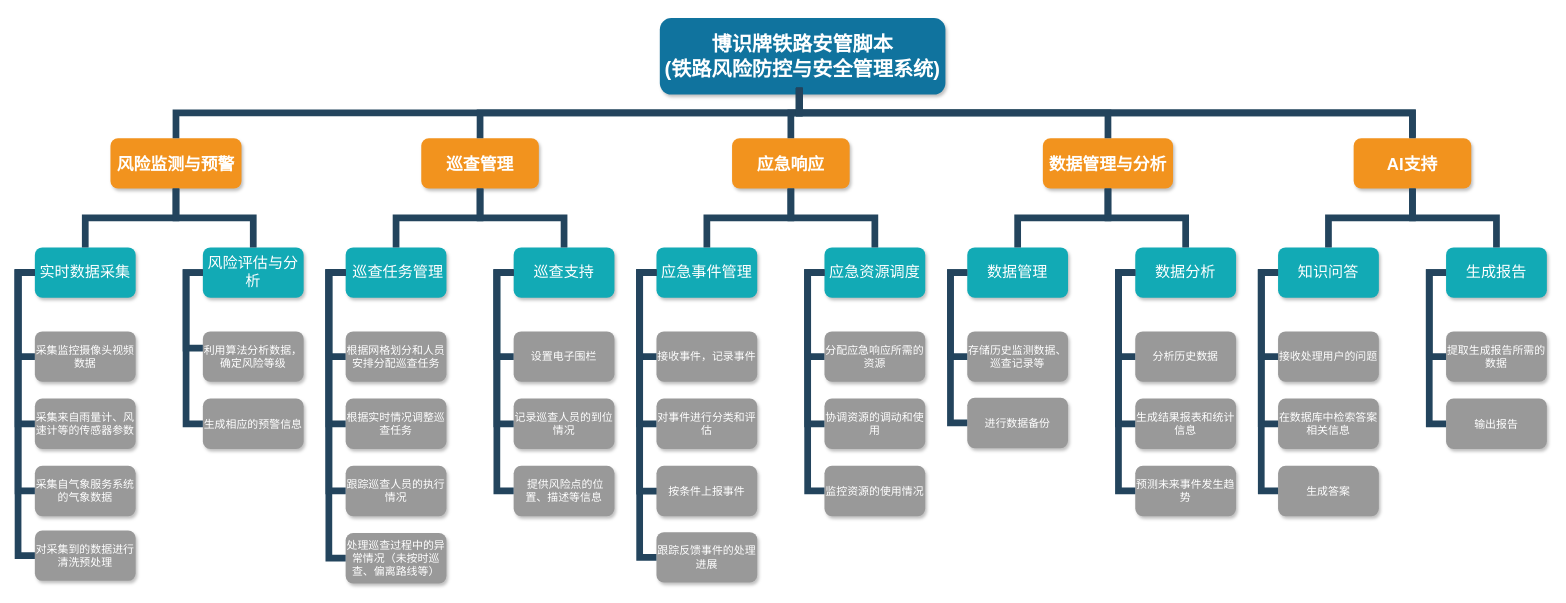
This is 分解图.drawio from Lxlorange/drawio, a draw.io file, before an edit. Source tidied: cells renumbered, new cells numbered last; positions are measured from the earlier drawing's top-left corner, leaving out a move shared by most shapes. Both pictures are drawn from the tidied source at 84%, with x=0, y=0 at pixel (18, 18).
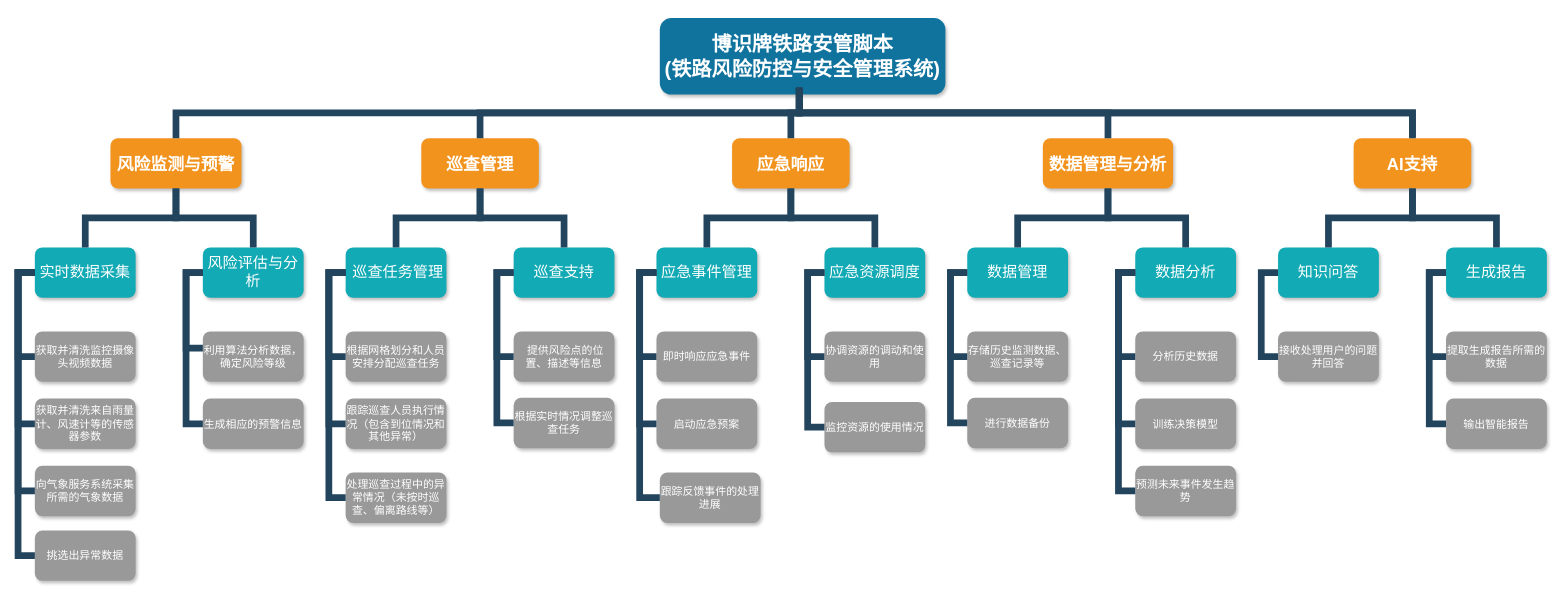
After the change.

Unchanged cells that the change refers to:
```xml
<mxCell id="16" value=" 巡查任务管理" style="whiteSpace=wrap;rounded=1;fillColor=#12AAB5;strokeColor=none;shadow=1;fontColor=#FFFFFF;fontSize=18;" parent="1" vertex="1">
  <mxGeometry x="390" y="273" width="120" height="60" as="geometry" />
</mxCell>
<mxCell id="17" value="巡查支持" style="whiteSpace=wrap;rounded=1;fillColor=#12AAB5;strokeColor=none;shadow=1;fontColor=#FFFFFF;fontSize=18;" parent="1" vertex="1">
  <mxGeometry x="590" y="273" width="120" height="60" as="geometry" />
</mxCell>
<mxCell id="41" value="应急事件管理" style="whiteSpace=wrap;rounded=1;fillColor=#12AAB5;strokeColor=none;shadow=1;fontColor=#FFFFFF;fontSize=18;" parent="1" vertex="1">
  <mxGeometry x="760" y="273" width="120" height="60" as="geometry" />
</mxCell>
<mxCell id="42" value="应急资源调度" style="whiteSpace=wrap;rounded=1;fillColor=#12AAB5;strokeColor=none;shadow=1;fontColor=#FFFFFF;fontSize=18;" parent="1" vertex="1">
  <mxGeometry x="960" y="273" width="120" height="60" as="geometry" />
</mxCell>
<mxCell id="67" value="知识问答" style="whiteSpace=wrap;rounded=1;fillColor=#12AAB5;strokeColor=none;shadow=1;fontColor=#FFFFFF;fontSize=18;" parent="1" vertex="1">
  <mxGeometry x="1500" y="273" width="120" height="60" as="geometry" />
</mxCell>
```

The edit, as a diff of the source:
```diff
@@
-    <mxCell id="10" value="采集监控摄像头视频数据" style="whiteSpace=wrap;rounded=1;fillColor=#999999;strokeColor=none;shadow=1;fontColor=#FFFFFF;fontStyle=0;fontSize=13;" parent="1" vertex="1">
+    <mxCell id="10" value="获取并清洗监控摄像头视频数据" style="whiteSpace=wrap;rounded=1;fillColor=#999999;strokeColor=none;shadow=1;fontColor=#FFFFFF;fontStyle=0;fontSize=13;" parent="1" vertex="1">
       <mxGeometry x="20" y="373" width="120" height="60" as="geometry" />
     </mxCell>
-    <mxCell id="11" value="采集来自雨量计、风速计等的传感器参数" style="whiteSpace=wrap;rounded=1;fillColor=#999999;strokeColor=none;shadow=1;fontColor=#FFFFFF;fontStyle=0;fontSize=13;" parent="1" vertex="1">
+    <mxCell id="11" value="获取并清洗来自雨量计、风速计等的传感器参数" style="whiteSpace=wrap;rounded=1;fillColor=#999999;strokeColor=none;shadow=1;fontColor=#FFFFFF;fontStyle=0;fontSize=13;" parent="1" vertex="1">
       <mxGeometry x="20" y="453" width="120" height="60" as="geometry" />
     </mxCell>
-    <mxCell id="12" value="采集自气象服务系统的气象数据" style="whiteSpace=wrap;rounded=1;fillColor=#999999;strokeColor=none;shadow=1;fontColor=#FFFFFF;fontStyle=0;fontSize=13;" parent="1" vertex="1">
+    <mxCell id="12" value="向气象服务系统采集所需的气象数据" style="whiteSpace=wrap;rounded=1;fillColor=#999999;strokeColor=none;shadow=1;fontColor=#FFFFFF;fontStyle=0;fontSize=13;" parent="1" vertex="1">
       <mxGeometry x="20" y="533" width="120" height="60" as="geometry" />
     </mxCell>
-    <mxCell id="13" value="对采集到的数据进行清洗预处理" style="whiteSpace=wrap;rounded=1;fillColor=#999999;strokeColor=none;shadow=1;fontColor=#FFFFFF;fontStyle=0;fontSize=13;" parent="1" vertex="1">
+    <mxCell id="13" value="挑选出异常数据" style="whiteSpace=wrap;rounded=1;fillColor=#999999;strokeColor=none;shadow=1;fontColor=#FFFFFF;fontStyle=0;fontSize=13;" parent="1" vertex="1">
       <mxGeometry x="20" y="610" width="120" height="60" as="geometry" />
     </mxCell>
@@
     <mxCell id="19" value="根据实时情况调整巡查任务" style="whiteSpace=wrap;rounded=1;fillColor=#999999;strokeColor=none;shadow=1;fontColor=#FFFFFF;fontStyle=0;fontSize=13;" parent="1" vertex="1">
-      <mxGeometry x="390" y="453" width="120" height="60" as="geometry" />
+      <mxGeometry x="590" y="452" width="120" height="60" as="geometry" />
     </mxCell>
-    <mxCell id="20" value="跟踪巡查人员的执行情况" style="whiteSpace=wrap;rounded=1;fillColor=#999999;strokeColor=none;shadow=1;fontColor=#FFFFFF;fontStyle=0;fontSize=13;" parent="1" vertex="1">
-      <mxGeometry x="390" y="533" width="120" height="60" as="geometry" />
+    <mxCell id="20" value="跟踪巡查人员执行情况（包含到位情况和其他异常）" style="whiteSpace=wrap;rounded=1;fillColor=#999999;strokeColor=none;shadow=1;fontColor=#FFFFFF;fontStyle=0;fontSize=13;" parent="1" vertex="1">
+      <mxGeometry x="390" y="453" width="120" height="60" as="geometry" />
     </mxCell>
     <mxCell id="21" value="处理巡查过程中的异常情况（未按时巡查、偏离路线等）" style="whiteSpace=wrap;rounded=1;fillColor=#999999;strokeColor=none;shadow=1;fontColor=#FFFFFF;fontStyle=0;fontSize=13;" parent="1" vertex="1">
-      <mxGeometry x="390" y="613" width="120" height="60" as="geometry" />
+      <mxGeometry x="390" y="541" width="120" height="60" as="geometry" />
     </mxCell>
-    <mxCell id="22" value="设置电子围栏" style="whiteSpace=wrap;rounded=1;fillColor=#999999;strokeColor=none;shadow=1;fontColor=#FFFFFF;fontStyle=0;fontSize=13;" parent="1" vertex="1">
-      <mxGeometry x="590" y="373" width="120" height="60" as="geometry" />
-    </mxCell>
-    <mxCell id="23" value="记录巡查人员的到位情况" style="whiteSpace=wrap;rounded=1;fillColor=#999999;strokeColor=none;shadow=1;fontColor=#FFFFFF;fontStyle=0;fontSize=13;" parent="1" vertex="1">
-      <mxGeometry x="590" y="453" width="120" height="60" as="geometry" />
-    </mxCell>
     <mxCell id="24" value=" 提供风险点的位置、描述等信息" style="whiteSpace=wrap;rounded=1;fillColor=#999999;strokeColor=none;shadow=1;fontColor=#FFFFFF;fontStyle=0;fontSize=13;" parent="1" vertex="1">
-      <mxGeometry x="590" y="533" width="120" height="60" as="geometry" />
+      <mxGeometry x="590" y="373" width="120" height="60" as="geometry" />
     </mxCell>
@@
-    <mxCell id="35" style="edgeStyle=elbowEdgeStyle;elbow=horizontal;rounded=0;fontColor=#000000;endArrow=none;endFill=0;strokeWidth=8;strokeColor=#23445D;fontSize=13;" parent="1" edge="1" source="16" target="19">
+    <mxCell id="35" style="edgeStyle=elbowEdgeStyle;elbow=horizontal;rounded=0;fontColor=#000000;endArrow=none;endFill=0;strokeWidth=8;strokeColor=#23445D;fontSize=13;exitX=0;exitY=0.5;exitDx=0;exitDy=0;" parent="1" edge="1" source="17" target="19">
       <mxGeometry relative="1" as="geometry">
         <Array as="points">
-          <mxPoint x="370" y="393" />
+          <mxPoint x="570" y="389" />
         </Array>
       </mxGeometry>
     </mxCell>
@@
-    <mxCell id="38" style="edgeStyle=elbowEdgeStyle;elbow=horizontal;rounded=0;fontColor=#000000;endArrow=none;endFill=0;strokeWidth=8;strokeColor=#23445D;fontSize=13;" parent="1" edge="1" source="17" target="22">
-      <mxGeometry relative="1" as="geometry">
-        <Array as="points">
-          <mxPoint x="570" y="353" />
-        </Array>
-      </mxGeometry>
-    </mxCell>
-    <mxCell id="39" style="edgeStyle=elbowEdgeStyle;elbow=horizontal;rounded=0;fontColor=#000000;endArrow=none;endFill=0;strokeWidth=8;strokeColor=#23445D;fontSize=13;" parent="1" edge="1" source="17" target="23">
-      <mxGeometry relative="1" as="geometry">
-        <Array as="points">
-          <mxPoint x="570" y="393" />
-        </Array>
-      </mxGeometry>
-    </mxCell>
@@
-    <mxCell id="43" value="接收事件，记录事件" style="whiteSpace=wrap;rounded=1;fillColor=#999999;strokeColor=none;shadow=1;fontColor=#FFFFFF;fontStyle=0;fontSize=13;" parent="1" vertex="1">
+    <mxCell id="43" value="即时响应应急事件" style="whiteSpace=wrap;rounded=1;fillColor=#999999;strokeColor=none;shadow=1;fontColor=#FFFFFF;fontStyle=0;fontSize=13;" parent="1" vertex="1">
       <mxGeometry x="760" y="373" width="120" height="60" as="geometry" />
     </mxCell>
-    <mxCell id="44" value="对事件进行分类和评估" style="whiteSpace=wrap;rounded=1;fillColor=#999999;strokeColor=none;shadow=1;fontColor=#FFFFFF;fontStyle=0;fontSize=13;" parent="1" vertex="1">
+    <mxCell id="44" value="启动应急预案" style="whiteSpace=wrap;rounded=1;fillColor=#999999;strokeColor=none;shadow=1;fontColor=#FFFFFF;fontStyle=0;fontSize=13;" parent="1" vertex="1">
       <mxGeometry x="760" y="453" width="120" height="60" as="geometry" />
     </mxCell>
     <mxCell id="45" value="跟踪反馈事件的处理进展" style="whiteSpace=wrap;rounded=1;fillColor=#999999;strokeColor=none;shadow=1;fontColor=#FFFFFF;fontStyle=0;fontSize=13;" parent="1" vertex="1">
-      <mxGeometry x="760" y="612" width="120" height="60" as="geometry" />
+      <mxGeometry x="764" y="541" width="120" height="60" as="geometry" />
     </mxCell>
-    <mxCell id="46" value="分配应急响应所需的资源" style="whiteSpace=wrap;rounded=1;fillColor=#999999;strokeColor=none;shadow=1;fontColor=#FFFFFF;fontStyle=0;fontSize=13;" parent="1" vertex="1">
+    <mxCell id="46" value="协调资源的调动和使用" style="whiteSpace=wrap;rounded=1;fillColor=#999999;strokeColor=none;shadow=1;fontColor=#FFFFFF;fontStyle=0;fontSize=13;" parent="1" vertex="1">
       <mxGeometry x="960" y="373" width="120" height="60" as="geometry" />
     </mxCell>
-    <mxCell id="47" value="协调资源的调动和使用" style="whiteSpace=wrap;rounded=1;fillColor=#999999;strokeColor=none;shadow=1;fontColor=#FFFFFF;fontStyle=0;fontSize=13;" parent="1" vertex="1">
-      <mxGeometry x="960" y="453" width="120" height="60" as="geometry" />
+    <mxCell id="47" value="监控资源的使用情况" style="whiteSpace=wrap;rounded=1;fillColor=#999999;strokeColor=none;shadow=1;fontColor=#FFFFFF;fontStyle=0;fontSize=13;" parent="1" vertex="1">
+      <mxGeometry x="960" y="457" width="120" height="60" as="geometry" />
     </mxCell>
-    <mxCell id="48" value="监控资源的使用情况" style="whiteSpace=wrap;rounded=1;fillColor=#999999;strokeColor=none;shadow=1;fontColor=#FFFFFF;fontStyle=0;fontSize=13;" parent="1" vertex="1">
-      <mxGeometry x="960" y="533" width="120" height="60" as="geometry" />
-    </mxCell>
@@
-    <mxCell id="54" style="edgeStyle=elbowEdgeStyle;elbow=horizontal;rounded=0;fontColor=#000000;endArrow=none;endFill=0;strokeWidth=8;strokeColor=#23445D;fontSize=13;" parent="1" edge="1" source="42" target="48">
-      <mxGeometry relative="1" as="geometry">
-        <Array as="points">
-          <mxPoint x="940" y="443" />
-        </Array>
-      </mxGeometry>
-    </mxCell>
@@
-    <mxCell id="60" value="生成结果报表和统计信息" style="whiteSpace=wrap;rounded=1;fillColor=#999999;strokeColor=none;shadow=1;fontColor=#FFFFFF;fontStyle=0;fontSize=13;" parent="1" vertex="1">
+    <mxCell id="60" value="训练决策模型" style="whiteSpace=wrap;rounded=1;fillColor=#999999;strokeColor=none;shadow=1;fontColor=#FFFFFF;fontStyle=0;fontSize=13;" parent="1" vertex="1">
       <mxGeometry x="1330" y="453" width="120" height="60" as="geometry" />
     </mxCell>
@@
-    <mxCell id="69" value="接收处理用户的问题" style="whiteSpace=wrap;rounded=1;fillColor=#999999;strokeColor=none;shadow=1;fontColor=#FFFFFF;fontStyle=0;fontSize=13;" parent="1" vertex="1">
+    <mxCell id="69" value="接收处理用户的问题并回答" style="whiteSpace=wrap;rounded=1;fillColor=#999999;strokeColor=none;shadow=1;fontColor=#FFFFFF;fontStyle=0;fontSize=13;" parent="1" vertex="1">
       <mxGeometry x="1500" y="373" width="120" height="60" as="geometry" />
     </mxCell>
-    <mxCell id="70" value="在数据库中检索答案相关信息" style="whiteSpace=wrap;rounded=1;fillColor=#999999;strokeColor=none;shadow=1;fontColor=#FFFFFF;fontStyle=0;fontSize=13;" parent="1" vertex="1">
-      <mxGeometry x="1500" y="453" width="120" height="60" as="geometry" />
-    </mxCell>
-    <mxCell id="71" value="生成答案" style="whiteSpace=wrap;rounded=1;fillColor=#999999;strokeColor=none;shadow=1;fontColor=#FFFFFF;fontStyle=0;fontSize=13;" parent="1" vertex="1">
-      <mxGeometry x="1500" y="533" width="120" height="60" as="geometry" />
-    </mxCell>
@@
-    <mxCell id="73" value="输出报告" style="whiteSpace=wrap;rounded=1;fillColor=#999999;strokeColor=none;shadow=1;fontColor=#FFFFFF;fontStyle=0;fontSize=13;" parent="1" vertex="1">
+    <mxCell id="73" value="输出智能报告" style="whiteSpace=wrap;rounded=1;fillColor=#999999;strokeColor=none;shadow=1;fontColor=#FFFFFF;fontStyle=0;fontSize=13;" parent="1" vertex="1">
       <mxGeometry x="1700" y="453" width="120" height="60" as="geometry" />
     </mxCell>
@@
-    <mxCell id="75" style="edgeStyle=elbowEdgeStyle;elbow=horizontal;rounded=0;fontColor=#000000;endArrow=none;endFill=0;strokeWidth=8;strokeColor=#23445D;fontSize=13;" parent="1" edge="1" source="67" target="70">
-      <mxGeometry relative="1" as="geometry">
-        <Array as="points">
-          <mxPoint x="1480" y="393" />
-        </Array>
-      </mxGeometry>
-    </mxCell>
-    <mxCell id="76" style="edgeStyle=elbowEdgeStyle;elbow=horizontal;rounded=0;fontColor=#000000;endArrow=none;endFill=0;strokeWidth=8;strokeColor=#23445D;fontSize=13;" parent="1" edge="1" source="67" target="71">
-      <mxGeometry relative="1" as="geometry">
-        <Array as="points">
-          <mxPoint x="1480" y="443" />
-        </Array>
-      </mxGeometry>
-    </mxCell>
@@
-    <mxCell id="92" style="edgeStyle=elbowEdgeStyle;elbow=horizontal;rounded=0;fontColor=#000000;endArrow=none;endFill=0;strokeWidth=8;strokeColor=#23445D;exitX=0;exitY=0.5;exitDx=0;exitDy=0;entryX=0.025;entryY=0.505;entryDx=0;entryDy=0;entryPerimeter=0;fontSize=13;" parent="1" edge="1" source="41" target="93">
-      <mxGeometry relative="1" as="geometry">
-        <Array as="points">
-          <mxPoint x="740" y="462" />
-        </Array>
-      </mxGeometry>
-    </mxCell>
-    <mxCell id="93" value="按条件上报事件" style="whiteSpace=wrap;rounded=1;fillColor=#999999;strokeColor=none;shadow=1;fontColor=#FFFFFF;fontStyle=0;fontSize=13;" parent="1" vertex="1">
-      <mxGeometry x="760" y="533" width="120" height="60" as="geometry" />
-    </mxCell>
```
